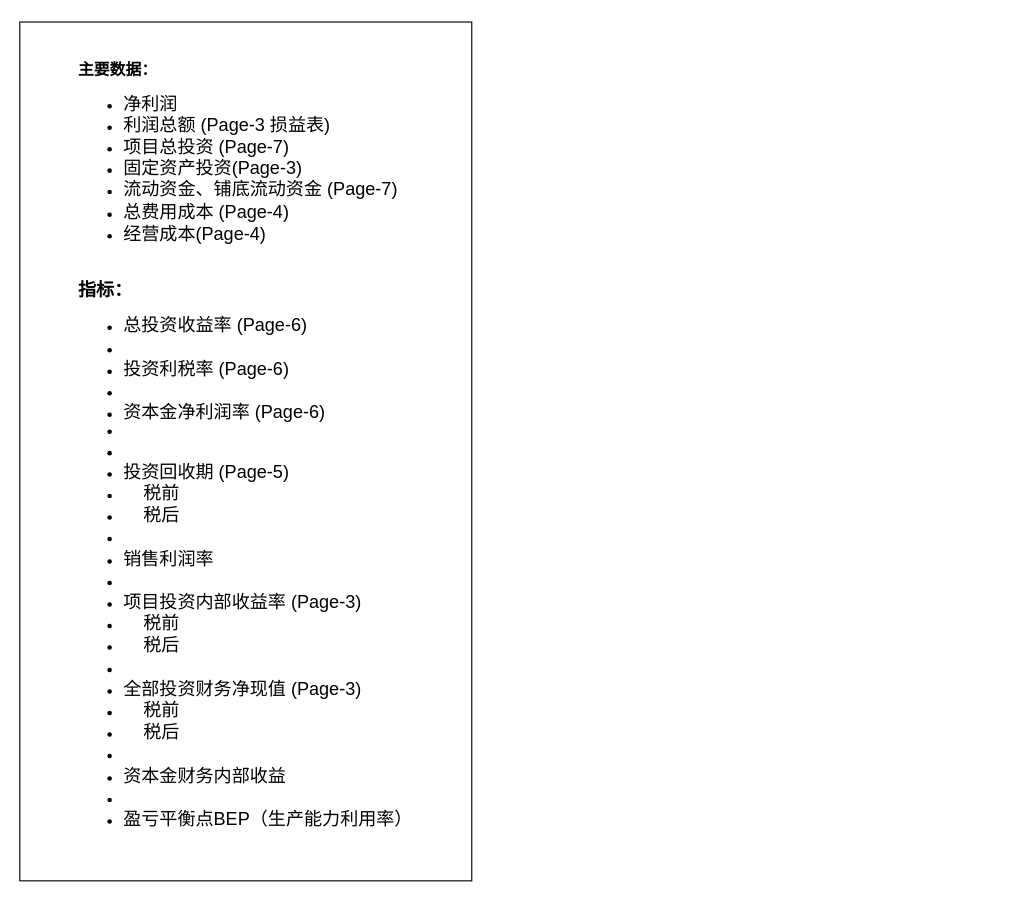
This is page "Page-8 总指标" (1 of 8) of Untitled Diagram.drawio from Yatttin/attention-nmt, a draw.io file, before an edit. Source tidied: cells renumbered, new cells numbered last; positions are measured from the earlier drawing's top-left corner, leaving out a move shared by most shapes. Both pictures are drawn from the tidied source at 113%, with x=0, y=0 at pixel (19, 21).
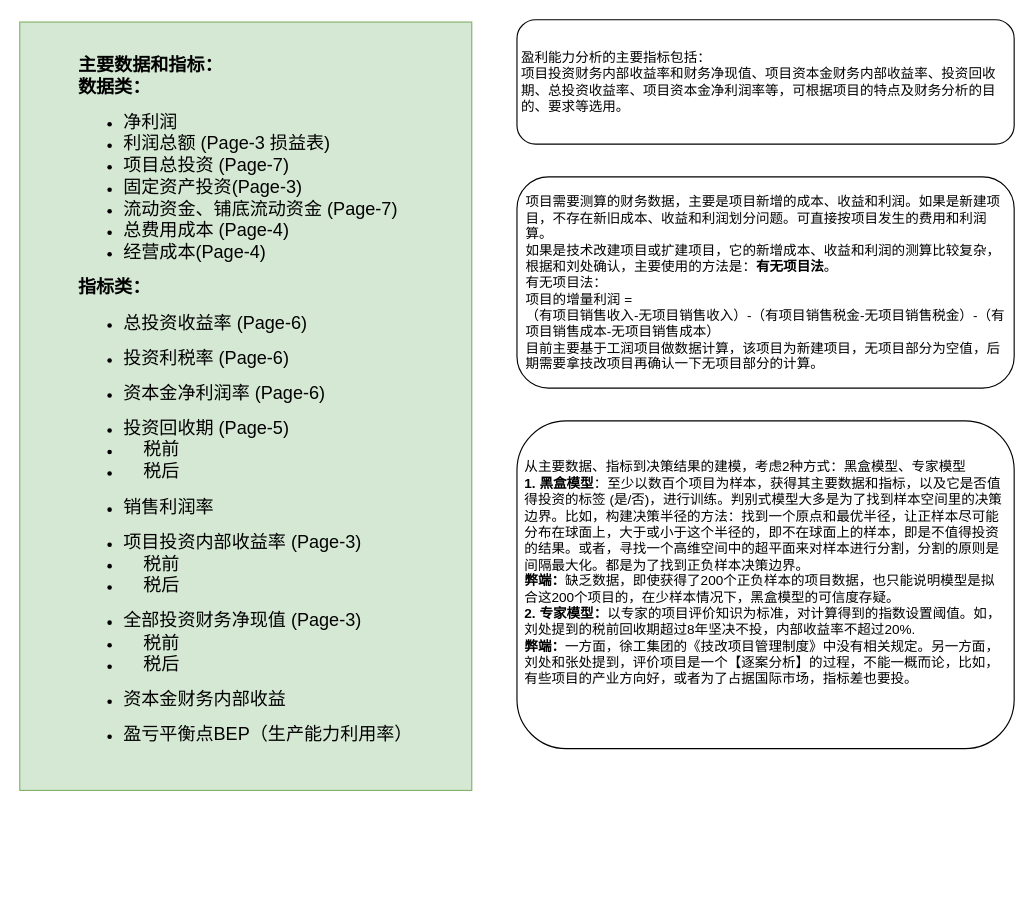
The same diagram, later.

Change to the diagram source:
```diff
@@
 <mxGraphModel>
   <root>
     <mxCell id="0" />
     <mxCell id="1" parent="0" />
-    <mxCell id="2" value="&lt;div style=&quot;text-align: left;&quot;&gt;&lt;span style=&quot;background-color: initial;&quot;&gt;&lt;b&gt;&lt;font style=&quot;font-size: 14px;&quot;&gt;主要数据：&lt;/font&gt;&lt;/b&gt;&lt;/span&gt;&lt;/div&gt;&lt;div style=&quot;text-align: left;&quot;&gt;&lt;ul&gt;&lt;li&gt;&lt;span style=&quot;background-color: initial;&quot;&gt;&lt;font size=&quot;3&quot;&gt;净利润&lt;/font&gt;&lt;/span&gt;&lt;/li&gt;&lt;li&gt;&lt;font size=&quot;3&quot;&gt;&lt;span style=&quot;background-color: initial;&quot;&gt;利润总额&amp;nbsp;&lt;/span&gt;(Page-3 损益表)&lt;/font&gt;&lt;/li&gt;&lt;li&gt;&lt;span style=&quot;background-color: initial;&quot;&gt;&lt;font size=&quot;3&quot;&gt;项目总投资 (Page-7)&lt;/font&gt;&lt;/span&gt;&lt;/li&gt;&lt;li&gt;&lt;span style=&quot;background-color: initial;&quot;&gt;&lt;font size=&quot;3&quot;&gt;固定资产投资(Page-3)&lt;/font&gt;&lt;/span&gt;&lt;/li&gt;&lt;li&gt;&lt;span style=&quot;background-color: initial;&quot;&gt;&lt;font size=&quot;3&quot;&gt;流动资金、铺底流动资金 (Page-7)&lt;/font&gt;&lt;/span&gt;&lt;/li&gt;&lt;li&gt;&lt;span style=&quot;background-color: initial;&quot;&gt;&lt;font size=&quot;3&quot;&gt;总费用成本 (Page-4)&lt;/font&gt;&lt;/span&gt;&lt;/li&gt;&lt;li&gt;&lt;span style=&quot;background-color: initial;&quot;&gt;&lt;font size=&quot;3&quot;&gt;经营成本(Page-4)&lt;/font&gt;&lt;/span&gt;&lt;/li&gt;&lt;/ul&gt;&lt;/div&gt;&lt;div style=&quot;text-align: left;&quot;&gt;&lt;span style=&quot;background-color: initial;&quot;&gt;&lt;font size=&quot;3&quot;&gt;&lt;br&gt;&lt;/font&gt;&lt;/span&gt;&lt;/div&gt;&lt;div style=&quot;text-align: left;&quot;&gt;&lt;span style=&quot;background-color: initial;&quot;&gt;&lt;b&gt;&lt;font size=&quot;3&quot;&gt;指标：&lt;/font&gt;&lt;/b&gt;&lt;/span&gt;&lt;/div&gt;&lt;div style=&quot;text-align: left;&quot;&gt;&lt;ul&gt;&lt;li&gt;&lt;span style=&quot;background-color: initial;&quot;&gt;&lt;font size=&quot;3&quot;&gt;总投资收益率 (Page-6)&lt;/font&gt;&lt;/span&gt;&lt;/li&gt;&lt;li&gt;&lt;span style=&quot;background-color: initial;&quot;&gt;&lt;font size=&quot;3&quot;&gt;&lt;br&gt;&lt;/font&gt;&lt;/span&gt;&lt;/li&gt;&lt;li&gt;&lt;span style=&quot;background-color: initial;&quot;&gt;&lt;font size=&quot;3&quot;&gt;投资利税率 (Page-6)&lt;/font&gt;&lt;/span&gt;&lt;/li&gt;&lt;li&gt;&lt;span style=&quot;background-color: initial;&quot;&gt;&lt;font size=&quot;3&quot;&gt;&lt;br&gt;&lt;/font&gt;&lt;/span&gt;&lt;/li&gt;&lt;li&gt;&lt;span style=&quot;background-color: initial;&quot;&gt;&lt;font size=&quot;3&quot;&gt;资本金净利润率 (Page-6)&lt;/font&gt;&lt;/span&gt;&lt;/li&gt;&lt;li&gt;&lt;/li&gt;&lt;li&gt;&lt;span style=&quot;background-color: initial;&quot;&gt;&lt;font size=&quot;3&quot;&gt;&lt;br&gt;&lt;/font&gt;&lt;/span&gt;&lt;/li&gt;&lt;li&gt;&lt;span style=&quot;background-color: initial;&quot;&gt;&lt;font size=&quot;3&quot;&gt;投资回收期 (Page-5)&lt;/font&gt;&lt;/span&gt;&lt;/li&gt;&lt;li&gt;&lt;span style=&quot;background-color: initial;&quot;&gt;&lt;font size=&quot;3&quot;&gt;&amp;nbsp; &amp;nbsp; 税前&lt;/font&gt;&lt;/span&gt;&lt;/li&gt;&lt;li&gt;&lt;span style=&quot;background-color: initial;&quot;&gt;&lt;font size=&quot;3&quot;&gt;&amp;nbsp; &amp;nbsp; 税后&lt;/font&gt;&lt;/span&gt;&lt;/li&gt;&lt;li&gt;&lt;span style=&quot;background-color: initial;&quot;&gt;&lt;font size=&quot;3&quot;&gt;&lt;br&gt;&lt;/font&gt;&lt;/span&gt;&lt;/li&gt;&lt;li&gt;&lt;span style=&quot;background-color: initial;&quot;&gt;&lt;font size=&quot;3&quot;&gt;销售利润率&lt;/font&gt;&lt;/span&gt;&lt;/li&gt;&lt;li&gt;&lt;span style=&quot;background-color: initial;&quot;&gt;&lt;font size=&quot;3&quot;&gt;&lt;br&gt;&lt;/font&gt;&lt;/span&gt;&lt;/li&gt;&lt;li&gt;&lt;span style=&quot;background-color: initial;&quot;&gt;&lt;font size=&quot;3&quot;&gt;项目投资内部收益率 (Page-3)&lt;/font&gt;&lt;/span&gt;&lt;/li&gt;&lt;li&gt;&lt;font size=&quot;3&quot;&gt;&amp;nbsp; &amp;nbsp; 税前&lt;/font&gt;&lt;/li&gt;&lt;li&gt;&lt;span style=&quot;border-color: var(--border-color); background-color: initial;&quot;&gt;&lt;font size=&quot;3&quot;&gt;&amp;nbsp; &amp;nbsp; 税后&lt;/font&gt;&lt;/span&gt;&lt;/li&gt;&lt;li&gt;&lt;span style=&quot;border-color: var(--border-color); background-color: initial;&quot;&gt;&lt;font size=&quot;3&quot;&gt;&lt;br&gt;&lt;/font&gt;&lt;/span&gt;&lt;/li&gt;&lt;li&gt;&lt;font size=&quot;3&quot;&gt;全部投资财务净现值&amp;nbsp;(Page-3)&lt;/font&gt;&lt;/li&gt;&lt;li&gt;&lt;font size=&quot;3&quot;&gt;&amp;nbsp; &amp;nbsp; 税前&lt;/font&gt;&lt;/li&gt;&lt;li&gt;&lt;span style=&quot;border-color: var(--border-color); background-color: initial;&quot;&gt;&lt;font size=&quot;3&quot;&gt;&amp;nbsp; &amp;nbsp; 税后&lt;/font&gt;&lt;/span&gt;&lt;/li&gt;&lt;li&gt;&lt;font size=&quot;3&quot;&gt;&lt;br&gt;&lt;/font&gt;&lt;/li&gt;&lt;li&gt;&lt;font size=&quot;3&quot;&gt;资本金财务内部收益&lt;/font&gt;&lt;/li&gt;&lt;li&gt;&lt;font size=&quot;3&quot;&gt;&lt;br&gt;&lt;/font&gt;&lt;/li&gt;&lt;li&gt;&lt;font size=&quot;3&quot;&gt;盈亏平衡点BEP（生产能力利用率）&lt;/font&gt;&lt;/li&gt;&lt;/ul&gt;&lt;/div&gt;" style="rounded=0;whiteSpace=wrap;html=1;" parent="1" vertex="1">
-      <mxGeometry width="400" height="760" as="geometry" />
+    <mxCell id="2" value="&lt;div style=&quot;text-align: left; font-size: 16px;&quot;&gt;&lt;span style=&quot;background-color: initial;&quot;&gt;&lt;b style=&quot;&quot;&gt;&lt;font style=&quot;font-size: 16px;&quot;&gt;主要数据和指标：&lt;/font&gt;&lt;/b&gt;&lt;/span&gt;&lt;/div&gt;&lt;div style=&quot;text-align: left; font-size: 16px;&quot;&gt;&lt;span style=&quot;background-color: initial;&quot;&gt;&lt;b style=&quot;&quot;&gt;&lt;font style=&quot;font-size: 16px;&quot;&gt;数据类：&lt;/font&gt;&lt;/b&gt;&lt;/span&gt;&lt;/div&gt;&lt;div style=&quot;text-align: left;&quot;&gt;&lt;ul&gt;&lt;li&gt;&lt;span style=&quot;background-color: initial;&quot;&gt;&lt;font size=&quot;3&quot;&gt;净利润&lt;/font&gt;&lt;/span&gt;&lt;/li&gt;&lt;li&gt;&lt;font size=&quot;3&quot;&gt;&lt;span style=&quot;background-color: initial;&quot;&gt;利润总额&amp;nbsp;&lt;/span&gt;(Page-3 损益表)&lt;/font&gt;&lt;/li&gt;&lt;li&gt;&lt;span style=&quot;background-color: initial;&quot;&gt;&lt;font size=&quot;3&quot;&gt;项目总投资 (Page-7)&lt;/font&gt;&lt;/span&gt;&lt;/li&gt;&lt;li&gt;&lt;span style=&quot;background-color: initial;&quot;&gt;&lt;font size=&quot;3&quot;&gt;固定资产投资(Page-3)&lt;/font&gt;&lt;/span&gt;&lt;/li&gt;&lt;li&gt;&lt;span style=&quot;background-color: initial;&quot;&gt;&lt;font size=&quot;3&quot;&gt;流动资金、铺底流动资金 (Page-7)&lt;/font&gt;&lt;/span&gt;&lt;/li&gt;&lt;li&gt;&lt;span style=&quot;background-color: initial;&quot;&gt;&lt;font size=&quot;3&quot;&gt;总费用成本 (Page-4)&lt;/font&gt;&lt;/span&gt;&lt;/li&gt;&lt;li&gt;&lt;span style=&quot;background-color: initial;&quot;&gt;&lt;font size=&quot;3&quot;&gt;经营成本(Page-4)&lt;/font&gt;&lt;/span&gt;&lt;/li&gt;&lt;/ul&gt;&lt;/div&gt;&lt;div style=&quot;text-align: left;&quot;&gt;&lt;span style=&quot;background-color: initial;&quot;&gt;&lt;b&gt;&lt;font size=&quot;3&quot;&gt;指标类：&lt;/font&gt;&lt;/b&gt;&lt;/span&gt;&lt;/div&gt;&lt;div style=&quot;text-align: left;&quot;&gt;&lt;ul&gt;&lt;li&gt;&lt;span style=&quot;background-color: initial;&quot;&gt;&lt;font size=&quot;3&quot;&gt;总投资收益率 (Page-6)&lt;/font&gt;&lt;/span&gt;&lt;/li&gt;&lt;/ul&gt;&lt;ul&gt;&lt;li&gt;&lt;span style=&quot;background-color: initial;&quot;&gt;&lt;font size=&quot;3&quot;&gt;投资利税率 (Page-6)&lt;/font&gt;&lt;/span&gt;&lt;/li&gt;&lt;/ul&gt;&lt;ul&gt;&lt;li&gt;&lt;span style=&quot;background-color: initial;&quot;&gt;&lt;font size=&quot;3&quot;&gt;资本金净利润率 (Page-6)&lt;/font&gt;&lt;/span&gt;&lt;/li&gt;&lt;/ul&gt;&lt;ul&gt;&lt;li&gt;&lt;span style=&quot;background-color: initial;&quot;&gt;&lt;font size=&quot;3&quot;&gt;投资回收期 (Page-5)&lt;/font&gt;&lt;/span&gt;&lt;/li&gt;&lt;li&gt;&lt;span style=&quot;background-color: initial;&quot;&gt;&lt;font size=&quot;3&quot;&gt;&amp;nbsp; &amp;nbsp; 税前&lt;/font&gt;&lt;/span&gt;&lt;/li&gt;&lt;li&gt;&lt;span style=&quot;background-color: initial;&quot;&gt;&lt;font size=&quot;3&quot;&gt;&amp;nbsp; &amp;nbsp; 税后&lt;/font&gt;&lt;/span&gt;&lt;/li&gt;&lt;/ul&gt;&lt;ul&gt;&lt;li&gt;&lt;span style=&quot;background-color: initial;&quot;&gt;&lt;font size=&quot;3&quot;&gt;销售利润率&lt;/font&gt;&lt;/span&gt;&lt;/li&gt;&lt;/ul&gt;&lt;ul&gt;&lt;li&gt;&lt;span style=&quot;background-color: initial;&quot;&gt;&lt;font size=&quot;3&quot;&gt;项目投资内部收益率 (Page-3)&lt;/font&gt;&lt;/span&gt;&lt;/li&gt;&lt;li&gt;&lt;font size=&quot;3&quot;&gt;&amp;nbsp; &amp;nbsp; 税前&lt;/font&gt;&lt;/li&gt;&lt;li&gt;&lt;span style=&quot;border-color: var(--border-color); background-color: initial;&quot;&gt;&lt;font size=&quot;3&quot;&gt;&amp;nbsp; &amp;nbsp; 税后&lt;/font&gt;&lt;/span&gt;&lt;/li&gt;&lt;/ul&gt;&lt;ul&gt;&lt;li&gt;&lt;font size=&quot;3&quot;&gt;全部投资财务净现值&amp;nbsp;(Page-3)&lt;/font&gt;&lt;/li&gt;&lt;li&gt;&lt;font size=&quot;3&quot;&gt;&amp;nbsp; &amp;nbsp; 税前&lt;/font&gt;&lt;/li&gt;&lt;li&gt;&lt;span style=&quot;border-color: var(--border-color); background-color: initial;&quot;&gt;&lt;font size=&quot;3&quot;&gt;&amp;nbsp; &amp;nbsp; 税后&lt;/font&gt;&lt;/span&gt;&lt;/li&gt;&lt;/ul&gt;&lt;ul&gt;&lt;li&gt;&lt;font size=&quot;3&quot;&gt;资本金财务内部收益&amp;nbsp;&lt;/font&gt;&lt;/li&gt;&lt;/ul&gt;&lt;ul&gt;&lt;li&gt;&lt;font size=&quot;3&quot;&gt;盈亏平衡点BEP（生产能力利用率）&lt;/font&gt;&lt;/li&gt;&lt;/ul&gt;&lt;/div&gt;" style="rounded=0;whiteSpace=wrap;html=1;fillColor=#d5e8d4;strokeColor=#82b366;horizontal=1;spacing=2;" parent="1" vertex="1">
+      <mxGeometry width="400" height="680" as="geometry" />
     </mxCell>
+    <mxCell id="3" value="盈利能力分析的主要指标包括：&#10;项目投资财务内部收益率和财务净现值、项目资本金财务内部收益率、投资回收期、总投资收益率、项目资本金净利润率等，可根据项目的特点及财务分析的目的、要求等选用。" style="rounded=1;align=left;whiteSpace=wrap;spacingLeft=4;spacingRight=4;spacingTop=0;spacing=0;" parent="1" vertex="1">
+      <mxGeometry x="440" y="-2" width="440" height="110" as="geometry" />
+    </mxCell>
+    <mxCell id="4" value="&lt;div style=&quot;&quot;&gt;&lt;span style=&quot;background-color: initial;&quot;&gt;项目需要测算的财务数据，主要是项目新增的成本、收益和利润。如果是新建项目，不存在新旧成本、收益和利润划分问题。可直接按项目发生的费用和利润算。&lt;/span&gt;&lt;/div&gt;&lt;div style=&quot;&quot;&gt;&lt;span style=&quot;background-color: initial;&quot;&gt;如果是技术改建项目或扩建项目，它的新增成本、收益和利润的测算比较复杂，根据和刘处确认，主要使用的方法是：&lt;b&gt;有无项目法&lt;/b&gt;。&lt;/span&gt;&lt;/div&gt;&lt;div style=&quot;&quot;&gt;&lt;span style=&quot;background-color: initial;&quot;&gt;有无项目法：&lt;/span&gt;&lt;/div&gt;项目的增量利润 =&amp;nbsp;&lt;div style=&quot;&quot;&gt;&lt;span style=&quot;background-color: initial;&quot;&gt;（有项目销售收入-无项目销售收入）-（有项目销售税金-无项目销售税金）-（有项目销售成本-无项目销售成本）&lt;/span&gt;&lt;/div&gt;&lt;div style=&quot;&quot;&gt;&lt;span style=&quot;background-color: initial;&quot;&gt;目前主要基于工润项目做数据计算，该项目为新建项目，无项目部分为空值，后期需要拿技改项目再确认一下无项目部分的计算。&lt;/span&gt;&lt;/div&gt;" style="rounded=1;whiteSpace=wrap;html=1;fontFamily=Helvetica;fontSize=12;fontColor=default;fillColor=default;gradientColor=none;align=left;spacingLeft=6;spacingRight=6;" parent="1" vertex="1">
+      <mxGeometry x="440" y="137" width="440" height="187" as="geometry" />
+    </mxCell>
+    <mxCell id="5" value="&lt;div style=&quot;text-align: left;&quot;&gt;&lt;span style=&quot;background-color: initial;&quot;&gt;从主要数据、指标到决策结果的建模，考虑2种方式：&lt;/span&gt;&lt;span style=&quot;background-color: initial;&quot;&gt;黑盒模型、专家模型&lt;/span&gt;&lt;/div&gt;&lt;div style=&quot;text-align: left;&quot;&gt;&lt;b&gt;1. 黑盒模型&lt;/b&gt;：至少以数百个项目为样本，获得其主要数据和指标，以及它是否值得投资的标签 (是/否)，进行训练。判别式模型大多是为了找到样本空间里的决策边界。比如，构建决策半径的方法：找到一个原点和最优半径，让正样本尽可能分布在球面上，大于或小于这个半径的，即不在球面上的样本，即是不值得投资的结果。或者&lt;span style=&quot;background-color: initial;&quot;&gt;，寻找一个高维空间中的超平面来对样本进行分割，分割的原则是间隔最大化。都是为了找到正负样本决策边界。&lt;/span&gt;&lt;/div&gt;&lt;div style=&quot;text-align: left;&quot;&gt;&lt;b style=&quot;background-color: initial;&quot;&gt;弊端：&lt;/b&gt;&lt;span style=&quot;background-color: initial;&quot;&gt;缺乏数据，即使获得了200个正负样本的项目数据，也只能说明模型是拟合这200个项目的，在少样本情况下，黑盒模型的可信度存疑。&lt;/span&gt;&lt;/div&gt;&lt;div style=&quot;text-align: left;&quot;&gt;&lt;b&gt;2. 专家模型：&lt;/b&gt;以专家的项目评价知识为标准，对计算得到的指数设置阈值。如，刘处提到的税前回收期超过8年坚决不投，内部收益率不超过20%.&lt;/div&gt;&lt;div style=&quot;text-align: left;&quot;&gt;&lt;b&gt;弊端：&lt;/b&gt;一方面，徐工集团的《技改项目管理制度》中没有相关规定。另一方面，刘处和张处提到，评价项目是一个【逐案分析】的过程，不能一概而论，比如，有些项目的产业方向好，或者为了占据国际市场，指标差也要投。&lt;/div&gt;&lt;div style=&quot;text-align: left;&quot;&gt;&lt;br&gt;&lt;/div&gt;&lt;div style=&quot;text-align: left;&quot;&gt;&lt;br&gt;&lt;/div&gt;" style="rounded=1;whiteSpace=wrap;html=1;spacingLeft=6;spacingRight=6;spacingTop=8;" parent="1" vertex="1">
+      <mxGeometry x="440" y="353" width="440" height="290" as="geometry" />
+    </mxCell>
   </root>
 </mxGraphModel>
```
